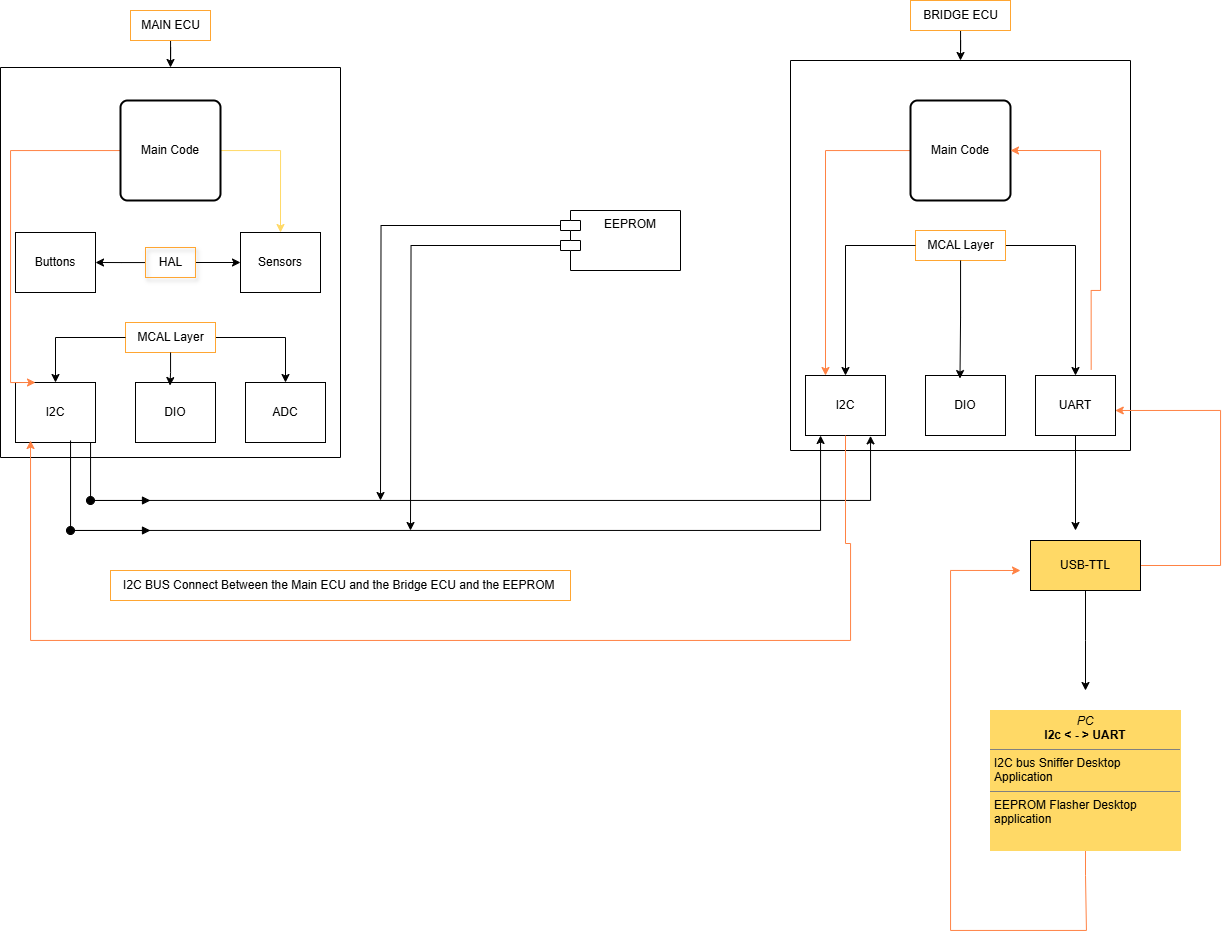
Eng-abdelhamed/EmbeddedX_TeamProject keeps this draw.io diagram as Untitled Diagram.drawio.png. Above is the earlier version. Source tidied: cells renumbered, new cells last; positions are measured from the earlier drawing's top-left corner, leaving out a move shared by most shapes.
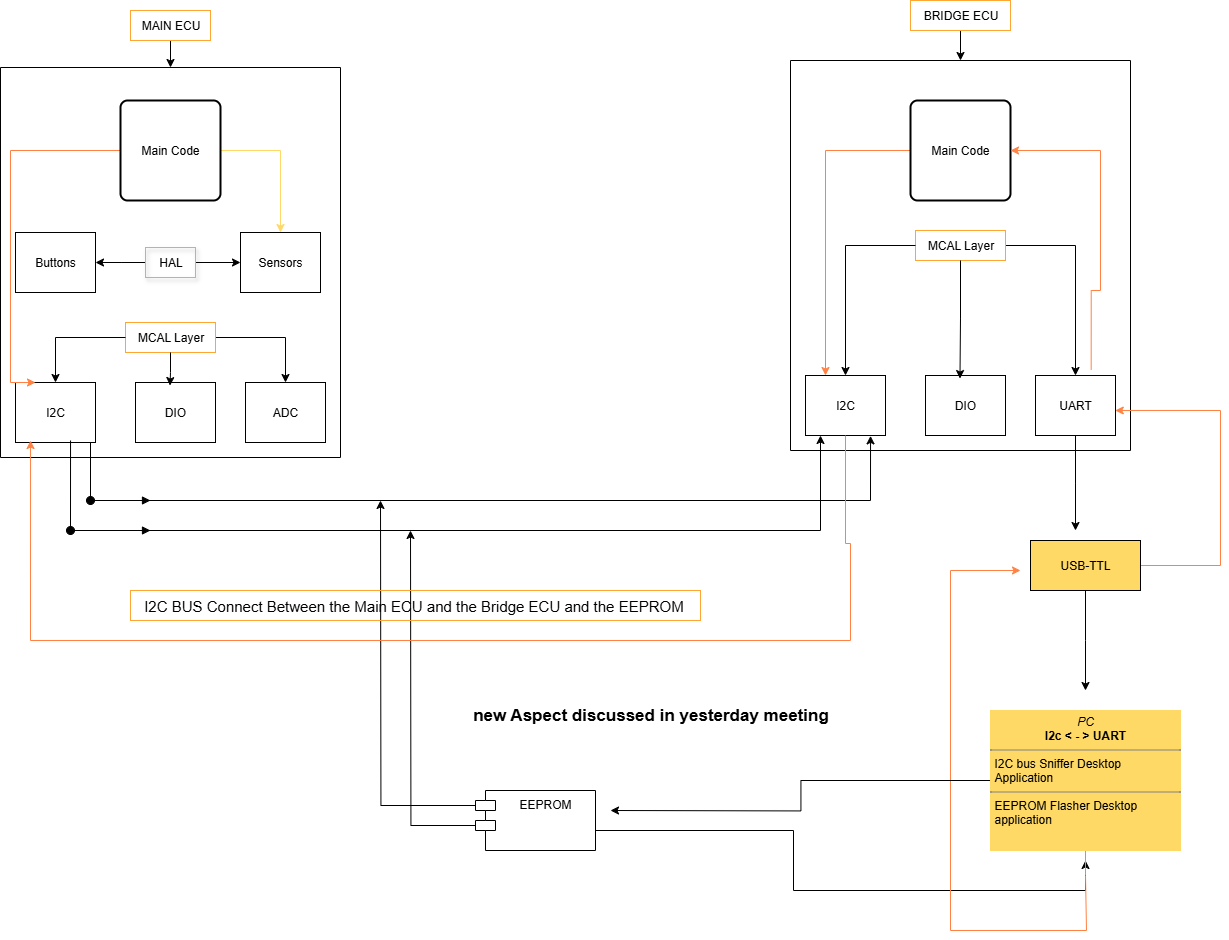
Later version of the same file.

Diff of the diagram source:
```diff
@@ -144,11 +144,22 @@
         <mxPoint x="410" y="530" as="targetPoint" />
       </mxGeometry>
     </mxCell>
+    <mxCell id="48" style="edgeStyle=orthogonalEdgeStyle;rounded=0;orthogonalLoop=1;jettySize=auto;html=1;entryX=0.5;entryY=1;entryDx=0;entryDy=0;" parent="1" edge="1">
+      <mxGeometry relative="1" as="geometry">
+        <mxPoint x="595" y="830" as="sourcePoint" />
+        <mxPoint x="1085" y="860" as="targetPoint" />
+        <Array as="points">
+          <mxPoint x="793" y="830" />
+          <mxPoint x="793" y="890" />
+          <mxPoint x="1085" y="890" />
+        </Array>
+      </mxGeometry>
+    </mxCell>
     <mxCell id="38" value="EEPROM" style="shape=module;align=left;spacingLeft=20;align=center;verticalAlign=top;whiteSpace=wrap;html=1;" parent="1" vertex="1">
-      <mxGeometry x="560" y="210" width="120" height="60" as="geometry" />
+      <mxGeometry x="475" y="790" width="120" height="60" as="geometry" />
     </mxCell>
-    <mxCell id="39" value="I2C BUS Connect Between the Main ECU and the Bridge ECU and the EEPROM&amp;nbsp;" style="text;html=1;align=center;verticalAlign=middle;strokeColor=#FFA632;fillColor=none;" parent="1" vertex="1">
-      <mxGeometry x="110" y="570" width="460" height="30" as="geometry" />
+    <mxCell id="39" value="&lt;font style=&quot;font-size: 15px;&quot;&gt;I2C BUS Connect Between the Main ECU and the Bridge ECU and the EEPROM&amp;nbsp;&lt;/font&gt;" style="text;html=1;align=center;verticalAlign=middle;strokeColor=#FFA632;fillColor=none;" parent="1" vertex="1">
+      <mxGeometry x="130" y="590" width="570" height="30" as="geometry" />
     </mxCell>
     <mxCell id="40" style="edgeStyle=orthogonalEdgeStyle;rounded=0;jettySize=auto;html=1;entryX=0.997;entryY=0.583;entryDx=0;entryDy=0;entryPerimeter=0;strokeColor=light-dark(#FF8244,#FFFFFF);" parent="1" edge="1" source="41" target="25">
       <mxGeometry relative="1" as="geometry">
@@ -179,6 +190,11 @@
         </Array>
       </mxGeometry>
     </mxCell>
+    <mxCell id="49" style="edgeStyle=orthogonalEdgeStyle;rounded=0;jettySize=auto;html=1;" parent="1" edge="1" source="44">
+      <mxGeometry relative="1" as="geometry">
+        <mxPoint x="610" y="810" as="targetPoint" />
+      </mxGeometry>
+    </mxCell>
     <mxCell id="44" value="&lt;p style=&quot;margin:0px;margin-top:4px;text-align:center;&quot;&gt;&lt;i&gt;PC&lt;/i&gt;&lt;br&gt;&lt;b&gt;I2c &amp;lt; - &amp;gt; UART&lt;/b&gt;&lt;/p&gt;&lt;hr size=&quot;1&quot; style=&quot;border-style:solid;&quot;&gt;&lt;p style=&quot;margin:0px;margin-left:4px;&quot;&gt;I2C bus Sniffer Desktop Application&amp;nbsp;&lt;/p&gt;&lt;hr size=&quot;1&quot; style=&quot;border-style:solid;&quot;&gt;&lt;p style=&quot;margin:0px;margin-left:4px;&quot;&gt;EEPROM Flasher Desktop application&lt;/p&gt;" style="verticalAlign=top;align=left;overflow=fill;html=1;whiteSpace=wrap;strokeColor=light-dark(#FFD966,#FFFFFF);fillColor=light-dark(#FFD966,#FFFFFF);" parent="1" vertex="1">
       <mxGeometry x="990" y="710" width="190" height="140" as="geometry" />
     </mxCell>
@@ -204,5 +220,8 @@
         </Array>
       </mxGeometry>
     </mxCell>
+    <mxCell id="50" value="&lt;b&gt;&lt;font style=&quot;font-size: 17px;&quot;&gt;new Aspect discussed in yesterday meeting&lt;/font&gt;&lt;/b&gt;" style="text;html=1;align=center;verticalAlign=middle;strokeColor=none;fillColor=none;" parent="1" vertex="1">
+      <mxGeometry x="460" y="700" width="380" height="30" as="geometry" />
+    </mxCell>
   </root>
 </mxGraphModel>
```
